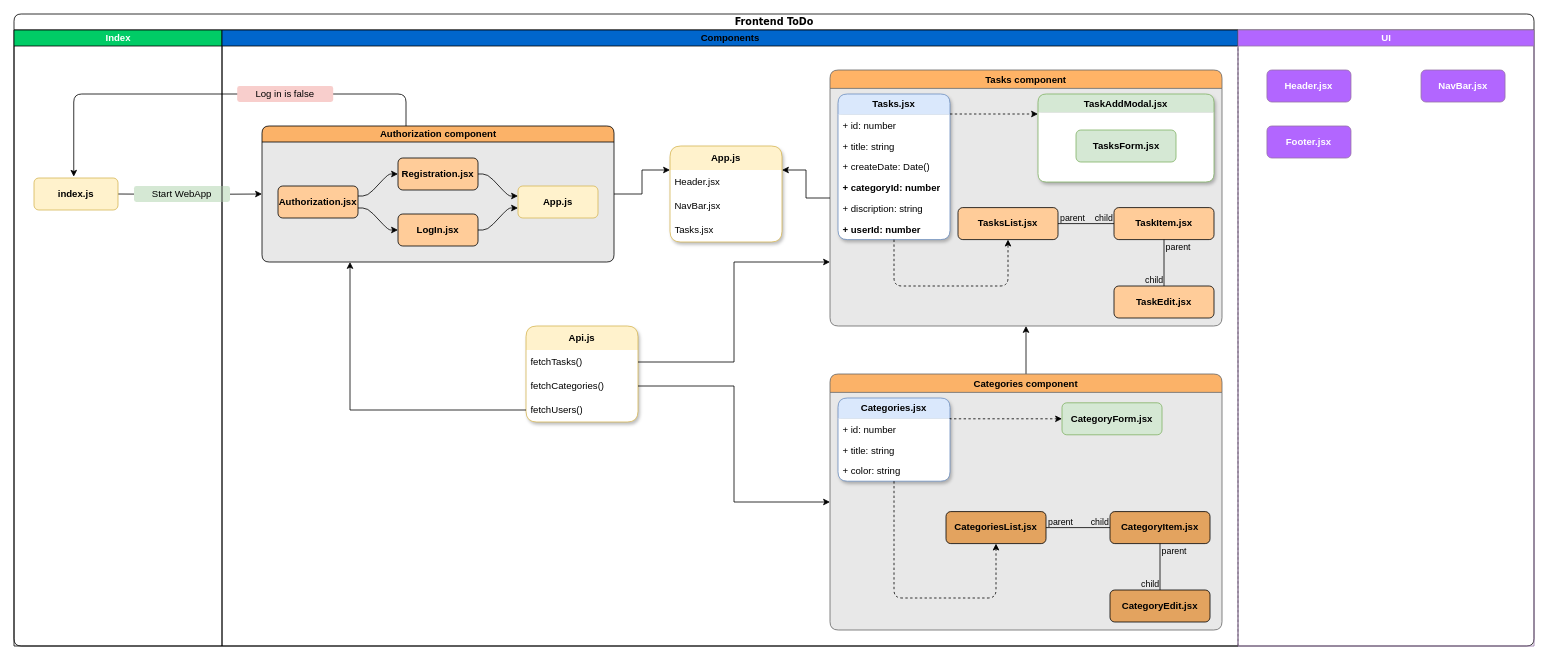
BesPredel63/todo_reactjs keeps this draw.io diagram as todo_reactjs.drawio. Above is the earlier version. Source tidied: cells renumbered, new cells numbered last; positions are measured from the earlier drawing's top-left corner, leaving out a move shared by most shapes. Both pictures are drawn from the tidied source at 80%, with x=0, y=0 at pixel (14, 14).
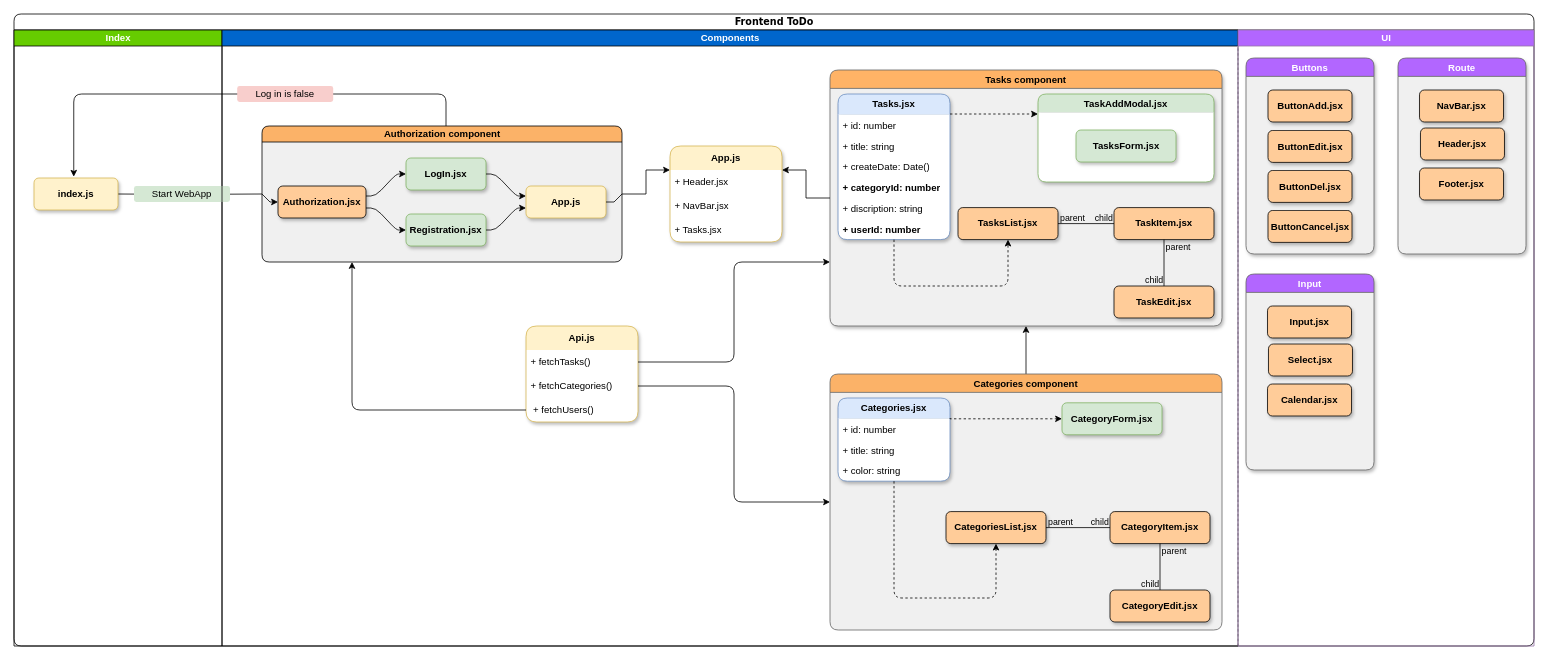
The same diagram, later.

Commit message:
Финальная версия UML диаграммы

The change refers to these unchanged cells:
```xml
<mxCell id="2" value="&lt;font color=&quot;#000000&quot;&gt;Frontend ToDo&lt;/font&gt;" style="swimlane;html=1;startSize=20;rounded=1;shadow=0;comic=0;labelBackgroundColor=none;strokeWidth=1;fontFamily=Verdana;fontSize=12;align=center;fontColor=#FFFFFF;" parent="1" vertex="1">
  <mxGeometry width="1900" height="790" as="geometry" />
</mxCell>
<mxCell id="21" value="TaskAddModal.jsx" style="swimlane;fillColor=#d5e8d4;strokeColor=#82b366;rounded=1;swimlaneFillColor=default;shadow=1;swimlaneLine=0;" parent="10" vertex="1">
  <mxGeometry x="260" y="30" width="220" height="110" as="geometry" />
</mxCell>
<mxCell id="59" value="Api.js" style="swimlane;fontStyle=1;horizontal=1;startSize=30;whiteSpace=wrap;html=1;rounded=1;fillColor=#fff2cc;strokeColor=#d6b656;swimlaneLine=0;shadow=1;fillStyle=auto;swimlaneFillColor=default;" parent="8" vertex="1">
  <mxGeometry x="380" y="370" width="140" height="120" as="geometry" />
</mxCell>
<mxCell id="66" value="UI" style="swimlane;html=1;startSize=20;fillColor=#B266FF;strokeColor=#9673a6;fontColor=#FFFFFF;noLabel=0;fixDash=0;" parent="2" vertex="1">
  <mxGeometry x="1530" y="20" width="370" height="770" as="geometry" />
</mxCell>
<mxCell id="70" value="App.js" style="swimlane;fontStyle=1;horizontal=1;startSize=30;whiteSpace=wrap;html=1;rounded=1;fillColor=#fff2cc;strokeColor=#d6b656;swimlaneLine=0;shadow=1;fillStyle=auto;swimlaneFillColor=default;" parent="1" vertex="1">
  <mxGeometry x="820" y="165" width="140" height="120" as="geometry" />
</mxCell>
```

The edit, as a diff of the source:
```diff
@@
-    <mxCell id="3" style="edgeStyle=orthogonalEdgeStyle;rounded=0;jettySize=auto;html=1;entryX=0;entryY=0.5;entryDx=0;entryDy=0;" parent="2" edge="1" target="49">
+    <mxCell id="3" style="edgeStyle=orthogonalEdgeStyle;rounded=0;jettySize=auto;html=1;entryX=0;entryY=0.5;entryDx=0;entryDy=0;endArrow=none;endFill=0;" parent="2" edge="1" target="49">
       <mxGeometry relative="1" as="geometry">
         <mxPoint x="130" y="225" as="sourcePoint" />
       </mxGeometry>
     </mxCell>
-    <mxCell id="4" value="Index" style="swimlane;html=1;startSize=20;fillColor=#00CC66;fontColor=#FFFFFF;" parent="2" vertex="1">
+    <mxCell id="4" value="Index" style="swimlane;html=1;startSize=20;fillColor=#66CC00;fontColor=#FFFFFF;" parent="2" vertex="1">
       <mxGeometry y="20" width="260" height="770" as="geometry" />
     </mxCell>
-    <mxCell id="5" value="index.js" style="rounded=1;whiteSpace=wrap;html=1;fillColor=#fff2cc;strokeColor=#d6b656;fontStyle=1;" parent="4" vertex="1">
+    <mxCell id="5" value="index.js" style="rounded=1;whiteSpace=wrap;html=1;fillColor=#fff2cc;strokeColor=#d6b656;fontStyle=1;shadow=1;startSize=20;swimlaneFillColor=#e8e8e8;" parent="4" vertex="1">
       <mxGeometry x="25" y="185" width="105" height="40" as="geometry" />
     </mxCell>
@@
     <mxCell id="7" style="edgeStyle=orthogonalEdgeStyle;rounded=1;jettySize=auto;html=1;exitX=0.5;exitY=0;exitDx=0;exitDy=0;entryX=0.473;entryY=-0.04;entryDx=0;entryDy=0;entryPerimeter=0;" parent="2" edge="1" source="51">
       <mxGeometry relative="1" as="geometry">
         <mxPoint x="74.7" y="203.4" as="targetPoint" />
         <Array as="points">
-          <mxPoint x="490" y="100" />
+          <mxPoint x="540" y="100" />
           <mxPoint x="75" y="100" />
         </Array>
       </mxGeometry>
     </mxCell>
-    <mxCell id="8" value="&lt;font&gt;Components&lt;/font&gt;" style="swimlane;html=1;startSize=20;overflow=visible;fillStyle=auto;separatorColor=#F5F5F5;gradientColor=none;swimlaneFillColor=none;fontColor=#000000;fillColor=#0066CC;rounded=0;" parent="2" vertex="1">
+    <mxCell id="8" value="&lt;font&gt;Components&lt;/font&gt;" style="swimlane;html=1;startSize=20;overflow=visible;fillStyle=auto;separatorColor=#F5F5F5;gradientColor=none;swimlaneFillColor=none;fontColor=#FFFFFF;fillColor=#0066CC;rounded=0;" parent="2" vertex="1">
       <mxGeometry x="260" y="20" width="1270" height="770" as="geometry" />
     </mxCell>
@@
-    <mxCell id="10" value="Tasks component" style="swimlane;rounded=1;fillColor=#FFB366;fontColor=#000000;strokeColor=#666666;fillStyle=solid;swimlaneFillColor=#E8E8E8;" parent="8" vertex="1">
+    <mxCell id="10" value="Tasks component" style="swimlane;rounded=1;fillColor=#FFB366;fontColor=#000000;strokeColor=#666666;fillStyle=solid;swimlaneFillColor=#F0F0F0;shadow=1;" parent="8" vertex="1">
       <mxGeometry x="760" y="50" width="490" height="320" as="geometry" />
     </mxCell>
-    <mxCell id="11" value="TasksList.jsx" style="rounded=1;whiteSpace=wrap;html=1;fillColor=#FFCC99;fontStyle=1;" parent="10" vertex="1">
+    <mxCell id="11" value="TasksList.jsx" style="rounded=1;whiteSpace=wrap;html=1;fillColor=#FFCC99;fontStyle=1;shadow=1;" parent="10" vertex="1">
       <mxGeometry x="160" y="172" width="125" height="40" as="geometry" />
     </mxCell>
-    <mxCell id="12" value="TaskItem.jsx" style="rounded=1;whiteSpace=wrap;html=1;fillColor=#FFCC99;fontStyle=1;" parent="10" vertex="1">
+    <mxCell id="12" value="TaskItem.jsx" style="rounded=1;whiteSpace=wrap;html=1;fillColor=#FFCC99;fontStyle=1;shadow=1;" parent="10" vertex="1">
       <mxGeometry x="355" y="172" width="125" height="40" as="geometry" />
     </mxCell>
@@
-    <mxCell id="22" value="TasksForm.jsx" style="rounded=1;whiteSpace=wrap;html=1;fillColor=#d5e8d4;strokeColor=#82b366;fontStyle=1;" parent="21" vertex="1">
+    <mxCell id="22" value="TasksForm.jsx" style="rounded=1;whiteSpace=wrap;html=1;fillColor=#d5e8d4;strokeColor=#82b366;fontStyle=1;shadow=1;" parent="21" vertex="1">
       <mxGeometry x="47.5" y="45" width="125" height="40" as="geometry" />
     </mxCell>
-    <mxCell id="23" value="TaskEdit.jsx" style="rounded=1;whiteSpace=wrap;html=1;fillColor=#FFCC99;fontStyle=1;" parent="10" vertex="1">
+    <mxCell id="23" value="TaskEdit.jsx" style="rounded=1;whiteSpace=wrap;html=1;fillColor=#FFCC99;fontStyle=1;shadow=1;" parent="10" vertex="1">
       <mxGeometry x="355" y="270" width="125" height="40" as="geometry" />
     </mxCell>
@@
-    <mxCell id="32" value="Categories component" style="swimlane;rounded=1;fillColor=#fbb268;fontColor=#000000;strokeColor=#666666;fillStyle=solid;swimlaneFillColor=#E8E8E8;" parent="8" vertex="1">
+    <mxCell id="32" value="Categories component" style="swimlane;rounded=1;fillColor=#fbb268;fontColor=#000000;strokeColor=#666666;fillStyle=solid;swimlaneFillColor=#F0F0F0;" parent="8" vertex="1">
       <mxGeometry x="760" y="430" width="490" height="320" as="geometry" />
     </mxCell>
-    <mxCell id="33" value="CategoriesList.jsx" style="rounded=1;whiteSpace=wrap;html=1;fillColor=#e3a35f;fontStyle=1;" parent="32" vertex="1">
+    <mxCell id="33" value="CategoriesList.jsx" style="rounded=1;whiteSpace=wrap;html=1;fillColor=#FFCC99;fontStyle=1;shadow=1;" parent="32" vertex="1">
       <mxGeometry x="145" y="172" width="125" height="40" as="geometry" />
     </mxCell>
-    <mxCell id="34" value="CategoryItem.jsx" style="rounded=1;whiteSpace=wrap;html=1;fillColor=#e3a35f;fontStyle=1;" parent="32" vertex="1">
+    <mxCell id="34" value="CategoryItem.jsx" style="rounded=1;whiteSpace=wrap;html=1;fillColor=#FFCC99;fontStyle=1;shadow=1;" parent="32" vertex="1">
       <mxGeometry x="350" y="172" width="125" height="40" as="geometry" />
     </mxCell>
@@
-    <mxCell id="40" value="CategoryEdit.jsx" style="rounded=1;whiteSpace=wrap;html=1;fillColor=#e3a35f;fontStyle=1;" parent="32" vertex="1">
+    <mxCell id="40" value="CategoryEdit.jsx" style="rounded=1;whiteSpace=wrap;html=1;fillColor=#FFCC99;fontStyle=1;shadow=1;" parent="32" vertex="1">
       <mxGeometry x="350" y="270" width="125" height="40" as="geometry" />
     </mxCell>
@@
-    <mxCell id="48" value="CategoryForm.jsx" style="rounded=1;whiteSpace=wrap;html=1;fillColor=#d5e8d4;strokeColor=#82b366;fontStyle=1;" parent="32" vertex="1">
+    <mxCell id="48" value="CategoryForm.jsx" style="rounded=1;whiteSpace=wrap;html=1;fillColor=#d5e8d4;strokeColor=#82b366;fontStyle=1;shadow=1;" parent="32" vertex="1">
       <mxGeometry x="290" y="36" width="125" height="40" as="geometry" />
     </mxCell>
-    <mxCell id="49" value="Authorization component" style="swimlane;html=1;startSize=20;horizontal=1;flowOrientation=west;interRankCellSpacing=50;containerType=tree;fontSize=12;verticalAlign=middle;fillColor=#fbb268;rounded=1;swimlaneFillColor=#e8e8e8;" parent="8" vertex="1">
-      <mxGeometry x="50" y="120" width="440" height="170" as="geometry" />
+    <mxCell id="49" value="Authorization component" style="swimlane;html=1;startSize=20;horizontal=1;flowOrientation=west;interRankCellSpacing=50;containerType=tree;fontSize=12;verticalAlign=middle;fillColor=#fbb268;rounded=1;swimlaneFillColor=#F0F0F0;swimlaneHead=1;swimlaneBody=1;overflow=visible;fixDash=0;backgroundOutline=0;movableLabel=0;fixedWidth=0;enumerate=0;comic=0;absoluteArcSize=0;noLabel=0;" parent="8" vertex="1">
+      <mxGeometry x="50" y="120" width="450" height="170" as="geometry" />
     </mxCell>
-    <mxCell id="50" value="Authorization.jsx" style="whiteSpace=wrap;html=1;rounded=1;fillColor=#FFCC99;fontStyle=1;" parent="49" vertex="1">
-      <mxGeometry x="20" y="75" width="100" height="40" as="geometry" />
+    <mxCell id="50" value="Authorization.jsx" style="whiteSpace=wrap;html=1;rounded=1;fillColor=#FFCC99;fontStyle=1;shadow=1;" parent="49" vertex="1">
+      <mxGeometry x="20" y="75" width="110" height="40" as="geometry" />
     </mxCell>
-    <mxCell id="51" value="LogIn.jsx" style="whiteSpace=wrap;html=1;rounded=1;fillColor=#FFCC99;fontStyle=1;" parent="49" vertex="1">
-      <mxGeometry x="170" y="110" width="100" height="40" as="geometry" />
+    <mxCell id="51" value="LogIn.jsx" style="whiteSpace=wrap;html=1;rounded=1;fillColor=#d5e8d4;fontStyle=1;shadow=1;strokeColor=#82b366;" parent="49" vertex="1">
+      <mxGeometry x="180" y="40" width="100" height="40" as="geometry" />
     </mxCell>
     <mxCell id="52" style="html=1;rounded=1;curved=0;sourcePerimeterSpacing=0;targetPerimeterSpacing=0;startSize=6;endSize=6;noEdgeStyle=1;orthogonal=1;" parent="49" edge="1" source="50" target="51">
       <mxGeometry relative="1" as="geometry">
         <Array as="points">
-          <mxPoint x="132" y="102.5" />
-          <mxPoint x="158" y="130" />
+          <mxPoint x="142" y="87.5" />
+          <mxPoint x="168" y="60" />
         </Array>
       </mxGeometry>
     </mxCell>
-    <mxCell id="53" value="Registration.jsx" style="whiteSpace=wrap;html=1;rounded=1;fillColor=#FFCC99;fontStyle=1;" parent="49" vertex="1">
-      <mxGeometry x="170" y="40" width="100" height="40" as="geometry" />
+    <mxCell id="53" value="Registration.jsx" style="whiteSpace=wrap;html=1;rounded=1;fillColor=#d5e8d4;fontStyle=1;shadow=1;strokeColor=#82b366;" parent="49" vertex="1">
+      <mxGeometry x="180" y="110" width="100" height="40" as="geometry" />
     </mxCell>
     <mxCell id="54" style="html=1;rounded=1;curved=0;sourcePerimeterSpacing=0;targetPerimeterSpacing=0;startSize=6;endSize=6;noEdgeStyle=1;orthogonal=1;" parent="49" edge="1" source="50" target="53">
       <mxGeometry relative="1" as="geometry">
         <Array as="points">
-          <mxPoint x="132" y="87.5" />
-          <mxPoint x="158" y="60" />
+          <mxPoint x="142" y="102.5" />
+          <mxPoint x="168" y="130" />
         </Array>
       </mxGeometry>
     </mxCell>
-    <mxCell id="55" value="App.js" style="whiteSpace=wrap;html=1;rounded=1;fillColor=#fff2cc;strokeColor=#d6b656;fontStyle=1;" parent="49" vertex="1">
-      <mxGeometry x="320" y="75" width="100" height="40" as="geometry" />
+    <mxCell id="55" value="App.js" style="whiteSpace=wrap;html=1;rounded=1;fillColor=#fff2cc;strokeColor=#d6b656;fontStyle=1;shadow=1;" parent="49" vertex="1">
+      <mxGeometry x="330" y="75" width="100" height="40" as="geometry" />
     </mxCell>
     <mxCell id="56" style="html=1;rounded=1;curved=0;sourcePerimeterSpacing=0;targetPerimeterSpacing=0;startSize=6;endSize=6;noEdgeStyle=1;orthogonal=1;" parent="49" edge="1" source="51" target="55">
       <mxGeometry relative="1" as="geometry">
         <Array as="points">
-          <mxPoint x="282" y="130" />
-          <mxPoint x="308" y="102.5" />
+          <mxPoint x="292" y="60" />
+          <mxPoint x="318" y="87.5" />
         </Array>
       </mxGeometry>
     </mxCell>
     <mxCell id="57" style="html=1;rounded=1;curved=0;sourcePerimeterSpacing=0;targetPerimeterSpacing=0;startSize=6;endSize=6;noEdgeStyle=1;orthogonal=1;" parent="49" edge="1" source="53" target="55">
       <mxGeometry relative="1" as="geometry">
         <Array as="points">
-          <mxPoint x="282" y="60" />
-          <mxPoint x="308" y="87.5" />
+          <mxPoint x="292" y="130" />
+          <mxPoint x="318" y="102.5" />
         </Array>
       </mxGeometry>
     </mxCell>
@@
-    <mxCell id="60" value="fetchTasks()" style="text;strokeColor=none;fillColor=none;align=left;verticalAlign=middle;spacingLeft=4;spacingRight=4;overflow=hidden;points=[[0,0.5],[1,0.5]];portConstraint=eastwest;whiteSpace=wrap;html=1;" parent="59" vertex="1">
+    <mxCell id="60" value="+ fetchTasks()" style="text;strokeColor=none;fillColor=none;align=left;verticalAlign=middle;spacingLeft=4;spacingRight=4;overflow=hidden;points=[[0,0.5],[1,0.5]];portConstraint=eastwest;whiteSpace=wrap;html=1;dashed=1;dashPattern=1 1;perimeterSpacing=0;strokeWidth=1;" parent="59" vertex="1">
       <mxGeometry y="30" width="140" height="30" as="geometry" />
     </mxCell>
-    <mxCell id="61" value="fetchCategories()" style="text;strokeColor=none;fillColor=none;align=left;verticalAlign=middle;spacingLeft=4;spacingRight=4;overflow=hidden;points=[[0,0.5],[1,0.5]];portConstraint=eastwest;whiteSpace=wrap;html=1;" parent="59" vertex="1">
+    <mxCell id="61" value="+ fetchCategories()" style="text;strokeColor=none;fillColor=none;align=left;verticalAlign=middle;spacingLeft=4;spacingRight=4;overflow=hidden;points=[[0,0.5],[1,0.5]];portConstraint=eastwest;whiteSpace=wrap;html=1;" parent="59" vertex="1">
       <mxGeometry y="60" width="140" height="30" as="geometry" />
     </mxCell>
-    <mxCell id="62" value="fetchUsers()" style="text;strokeColor=none;fillColor=none;align=left;verticalAlign=middle;spacingLeft=4;spacingRight=4;overflow=hidden;points=[[0,0.5],[1,0.5]];portConstraint=eastwest;whiteSpace=wrap;html=1;" parent="59" vertex="1">
+    <mxCell id="62" value="&amp;nbsp;+ fetchUsers()" style="text;strokeColor=none;fillColor=none;align=left;verticalAlign=middle;spacingLeft=4;spacingRight=4;overflow=hidden;points=[[0,0.5],[1,0.5]];portConstraint=eastwest;whiteSpace=wrap;html=1;" parent="59" vertex="1">
       <mxGeometry y="90" width="140" height="30" as="geometry" />
     </mxCell>
-    <mxCell id="63" style="edgeStyle=orthogonalEdgeStyle;rounded=0;jettySize=auto;html=1;entryX=0;entryY=0.75;entryDx=0;entryDy=0;" parent="8" edge="1" source="60" target="10">
+    <mxCell id="63" style="edgeStyle=orthogonalEdgeStyle;rounded=1;jettySize=auto;html=1;entryX=0;entryY=0.75;entryDx=0;entryDy=0;" parent="8" edge="1" source="60" target="10">
       <mxGeometry relative="1" as="geometry">
         <Array as="points">
           <mxPoint x="640" y="415" />
           <mxPoint x="640" y="290" />
         </Array>
       </mxGeometry>
     </mxCell>
-    <mxCell id="64" style="edgeStyle=orthogonalEdgeStyle;rounded=0;jettySize=auto;html=1;entryX=0;entryY=0.5;entryDx=0;entryDy=0;" parent="8" edge="1" source="61" target="32">
+    <mxCell id="64" style="edgeStyle=orthogonalEdgeStyle;rounded=1;jettySize=auto;html=1;entryX=0;entryY=0.5;entryDx=0;entryDy=0;" parent="8" edge="1" source="61" target="32">
       <mxGeometry relative="1" as="geometry" />
     </mxCell>
-    <mxCell id="65" style="edgeStyle=orthogonalEdgeStyle;rounded=0;jettySize=auto;html=1;entryX=0.25;entryY=1;entryDx=0;entryDy=0;" parent="8" edge="1" source="62" target="49">
+    <mxCell id="65" style="edgeStyle=orthogonalEdgeStyle;rounded=1;jettySize=auto;html=1;entryX=0.25;entryY=1;entryDx=0;entryDy=0;" parent="8" edge="1" source="62" target="49">
       <mxGeometry relative="1" as="geometry" />
     </mxCell>
+    <mxCell id="76" style="endArrow=classic;html=1;rounded=0;exitX=0;exitY=0.5;exitDx=0;exitDy=0;" parent="8" edge="1" source="49">
+      <mxGeometry relative="1" as="geometry">
+        <mxPoint x="70" y="215" as="targetPoint" />
+        <Array as="points">
+          <mxPoint x="60" y="215" />
+        </Array>
+      </mxGeometry>
+    </mxCell>
@@
+    <mxCell id="77" value="Buttons" style="swimlane;fillColor=#b266ff;strokeColor=#666666;fontColor=#FFFFFF;rounded=1;fillStyle=solid;swimlaneFillColor=#F0F0F0;shadow=1;" parent="66" vertex="1">
+      <mxGeometry x="10" y="35" width="160" height="245" as="geometry" />
+    </mxCell>
+    <mxCell id="78" value="ButtonAdd.jsx" style="rounded=1;whiteSpace=wrap;html=1;fillColor=#FFCC99;strokeColor=default;fontColor=default;fontStyle=1;shadow=1;" parent="77" vertex="1">
+      <mxGeometry x="27.5" y="40" width="105" height="40" as="geometry" />
+    </mxCell>
+    <mxCell id="79" value="ButtonEdit.jsx" style="rounded=1;whiteSpace=wrap;html=1;fillColor=#FFCC99;strokeColor=default;fontColor=default;fontStyle=1;shadow=1;" parent="77" vertex="1">
+      <mxGeometry x="27.5" y="90.5" width="105" height="40" as="geometry" />
+    </mxCell>
+    <mxCell id="80" value="ButtonDel.jsx" style="rounded=1;whiteSpace=wrap;html=1;fillColor=#FFCC99;strokeColor=default;fontColor=default;fontStyle=1;shadow=1;" parent="77" vertex="1">
+      <mxGeometry x="27.5" y="140.5" width="105" height="40" as="geometry" />
+    </mxCell>
+    <mxCell id="81" value="ButtonCancel.jsx" style="rounded=1;whiteSpace=wrap;html=1;fillColor=#FFCC99;strokeColor=default;fontColor=default;fontStyle=1;shadow=1;" parent="77" vertex="1">
+      <mxGeometry x="27.5" y="190.5" width="105" height="40" as="geometry" />
+    </mxCell>
+    <mxCell id="82" value="Route" style="swimlane;fillColor=#b266ff;strokeColor=#666666;fontColor=#FFFFFF;rounded=1;fillStyle=solid;swimlaneFillColor=#F0F0F0;shadow=1;" parent="66" vertex="1">
+      <mxGeometry x="200" y="35" width="160" height="245" as="geometry" />
+    </mxCell>
+    <mxCell id="69" value="NavBar.jsx" style="rounded=1;whiteSpace=wrap;html=1;fillColor=#FFCC99;strokeColor=default;fontColor=default;fontStyle=1;shadow=1;" parent="82" vertex="1">
+      <mxGeometry x="26.9" y="40" width="105" height="40" as="geometry" />
+    </mxCell>
+    <mxCell id="68" value="Header.jsx" style="rounded=1;whiteSpace=wrap;html=1;fillColor=#FFCC99;strokeColor=default;fontColor=default;fontStyle=1;shadow=1;" parent="82" vertex="1">
+      <mxGeometry x="28.1" y="87.5" width="105" height="40" as="geometry" />
+    </mxCell>
-    <mxCell id="67" value="Footer.jsx" style="rounded=1;whiteSpace=wrap;html=1;fillColor=#B266FF;strokeColor=#9673a6;fontColor=#FFFFFF;fontStyle=1;" parent="66" vertex="1">
-      <mxGeometry x="36.2" y="120" width="105" height="40" as="geometry" />
+    <mxCell id="67" value="Footer.jsx" style="rounded=1;whiteSpace=wrap;html=1;fillColor=#FFCC99;strokeColor=default;fontColor=default;fontStyle=1;shadow=1;" parent="82" vertex="1">
+      <mxGeometry x="26.9" y="137.5" width="105" height="40" as="geometry" />
     </mxCell>
-    <mxCell id="68" value="Header.jsx" style="rounded=1;whiteSpace=wrap;html=1;fillColor=#B266FF;strokeColor=#9673a6;fontColor=#FFFFFF;fontStyle=1;" parent="66" vertex="1">
-      <mxGeometry x="36.2" y="50" width="105" height="40" as="geometry" />
-    </mxCell>
-    <mxCell id="69" value="NavBar.jsx" style="rounded=1;whiteSpace=wrap;html=1;fillColor=#B266FF;strokeColor=#9673a6;fontColor=#FFFFFF;fontStyle=1;" parent="66" vertex="1">
-      <mxGeometry x="228.8" y="50" width="105" height="40" as="geometry" />
-    </mxCell>
+    <mxCell id="83" value="Input" style="swimlane;fillColor=#b266ff;strokeColor=#666666;fontColor=#FFFFFF;rounded=1;fillStyle=solid;swimlaneFillColor=#F0F0F0;shadow=1;startSize=23;" parent="66" vertex="1">
+      <mxGeometry x="10" y="305" width="160" height="245" as="geometry" />
+    </mxCell>
+    <mxCell id="84" value="Input.jsx" style="rounded=1;whiteSpace=wrap;html=1;fillColor=#FFCC99;strokeColor=default;fontColor=default;fontStyle=1;shadow=1;" parent="83" vertex="1">
+      <mxGeometry x="26.9" y="40" width="105" height="40" as="geometry" />
+    </mxCell>
+    <mxCell id="85" value="Select.jsx" style="rounded=1;whiteSpace=wrap;html=1;fillColor=#FFCC99;strokeColor=default;fontColor=default;fontStyle=1;shadow=1;" parent="83" vertex="1">
+      <mxGeometry x="28.1" y="87.5" width="105" height="40" as="geometry" />
+    </mxCell>
+    <mxCell id="86" value="Calendar.jsx" style="rounded=1;whiteSpace=wrap;html=1;fillColor=#FFCC99;strokeColor=default;fontColor=default;fontStyle=1;shadow=1;" parent="83" vertex="1">
+      <mxGeometry x="26.9" y="137.5" width="105" height="40" as="geometry" />
+    </mxCell>
@@
-    <mxCell id="71" value="Header.jsx" style="text;strokeColor=none;fillColor=none;align=left;verticalAlign=middle;spacingLeft=4;spacingRight=4;overflow=hidden;whiteSpace=wrap;html=1;" parent="70" vertex="1">
+    <mxCell id="71" value="+ Header.jsx" style="text;strokeColor=none;fillColor=none;align=left;verticalAlign=middle;spacingLeft=4;spacingRight=4;overflow=hidden;whiteSpace=wrap;html=1;" parent="70" vertex="1">
       <mxGeometry y="30" width="140" height="30" as="geometry" />
     </mxCell>
-    <mxCell id="72" value="NavBar.jsx" style="text;strokeColor=none;fillColor=none;align=left;verticalAlign=middle;spacingLeft=4;spacingRight=4;overflow=hidden;whiteSpace=wrap;html=1;" parent="70" vertex="1">
+    <mxCell id="72" value="+ NavBar.jsx" style="text;strokeColor=none;fillColor=none;align=left;verticalAlign=middle;spacingLeft=4;spacingRight=4;overflow=hidden;whiteSpace=wrap;html=1;" parent="70" vertex="1">
       <mxGeometry y="60" width="140" height="30" as="geometry" />
     </mxCell>
-    <mxCell id="73" value="Tasks.jsx" style="text;strokeColor=none;fillColor=none;align=left;verticalAlign=middle;spacingLeft=4;spacingRight=4;overflow=hidden;whiteSpace=wrap;html=1;" parent="70" vertex="1">
+    <mxCell id="73" value="+ Tasks.jsx" style="text;strokeColor=none;fillColor=none;align=left;verticalAlign=middle;spacingLeft=4;spacingRight=4;overflow=hidden;whiteSpace=wrap;html=1;" parent="70" vertex="1">
       <mxGeometry y="90" width="140" height="30" as="geometry" />
     </mxCell>
@@
+    <mxCell id="87" style="endArrow=none;html=1;rounded=0;exitX=1;exitY=0.5;exitDx=0;exitDy=0;" parent="1" edge="1" source="55">
+      <mxGeometry relative="1" as="geometry">
+        <mxPoint x="760" y="225" as="targetPoint" />
+        <Array as="points">
+          <mxPoint x="750" y="235" />
+        </Array>
+      </mxGeometry>
+    </mxCell>
```
